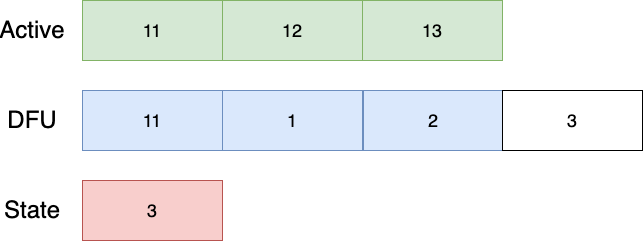
This is content/2022-04-29-firmware-updates-part-1/swap_final.png from drogue-iot/blog.drogue.io, a draw.io export, as it was before one commit. Source tidied: cells renumbered, new cells last; positions are measured from the earlier drawing's top-left corner, leaving out a move shared by most shapes. Its diagram source:
```xml
<mxGraphModel>
  <root>
    <mxCell id="0" />
    <mxCell id="1" parent="0" />
    <mxCell id="2" value="&lt;font style=&quot;font-size: 18px&quot;&gt;11&lt;/font&gt;" style="rounded=0;whiteSpace=wrap;html=1;fillColor=#d5e8d4;strokeColor=#82b366;" parent="1" vertex="1">
      <mxGeometry x="70" width="140" height="60" as="geometry" />
    </mxCell>
    <mxCell id="3" value="&lt;font style=&quot;font-size: 18px&quot;&gt;12&lt;/font&gt;" style="rounded=0;whiteSpace=wrap;html=1;fillColor=#d5e8d4;strokeColor=#82b366;" parent="1" vertex="1">
      <mxGeometry x="210" width="140" height="60" as="geometry" />
    </mxCell>
    <mxCell id="4" value="&lt;font style=&quot;font-size: 18px&quot;&gt;13&lt;/font&gt;" style="rounded=0;whiteSpace=wrap;html=1;fillColor=#d5e8d4;strokeColor=#82b366;" parent="1" vertex="1">
      <mxGeometry x="350" width="140" height="60" as="geometry" />
    </mxCell>
    <mxCell id="5" value="&lt;font style=&quot;font-size: 18px&quot;&gt;3&lt;/font&gt;" style="rounded=0;whiteSpace=wrap;html=1;fillColor=#f8cecc;strokeColor=#b85450;" parent="1" vertex="1">
      <mxGeometry x="70" y="180" width="140" height="60" as="geometry" />
    </mxCell>
    <mxCell id="6" value="&lt;font style=&quot;font-size: 18px&quot;&gt;11&lt;/font&gt;" style="rounded=0;whiteSpace=wrap;html=1;fillColor=#dae8fc;strokeColor=#6c8ebf;" parent="1" vertex="1">
      <mxGeometry x="70" y="90" width="140" height="60" as="geometry" />
    </mxCell>
    <mxCell id="7" value="&lt;font style=&quot;font-size: 18px&quot;&gt;1&lt;/font&gt;" style="rounded=0;whiteSpace=wrap;html=1;fillColor=#dae8fc;strokeColor=#6c8ebf;" parent="1" vertex="1">
      <mxGeometry x="210" y="90" width="140" height="60" as="geometry" />
    </mxCell>
    <mxCell id="8" value="&lt;font style=&quot;font-size: 18px&quot;&gt;2&lt;/font&gt;" style="rounded=0;whiteSpace=wrap;html=1;fillColor=#dae8fc;strokeColor=#6c8ebf;" parent="1" vertex="1">
      <mxGeometry x="351" y="90" width="140" height="60" as="geometry" />
    </mxCell>
    <mxCell id="9" value="&lt;font style=&quot;font-size: 18px&quot;&gt;3&lt;/font&gt;" style="rounded=0;whiteSpace=wrap;html=1;" parent="1" vertex="1">
      <mxGeometry x="490" y="90" width="140" height="60" as="geometry" />
    </mxCell>
    <mxCell id="10" value="&lt;font style=&quot;font-size: 24px&quot;&gt;Active&lt;/font&gt;" style="text;html=1;strokeColor=none;fillColor=none;align=center;verticalAlign=middle;whiteSpace=wrap;rounded=0;" parent="1" vertex="1">
      <mxGeometry y="20" width="40" height="20" as="geometry" />
    </mxCell>
    <mxCell id="11" value="&lt;font style=&quot;font-size: 24px&quot;&gt;DFU&lt;/font&gt;" style="text;html=1;strokeColor=none;fillColor=none;align=center;verticalAlign=middle;whiteSpace=wrap;rounded=0;" parent="1" vertex="1">
      <mxGeometry y="110" width="40" height="20" as="geometry" />
    </mxCell>
    <mxCell id="12" value="&lt;font style=&quot;font-size: 24px&quot;&gt;State&lt;/font&gt;" style="text;html=1;strokeColor=none;fillColor=none;align=center;verticalAlign=middle;whiteSpace=wrap;rounded=0;" parent="1" vertex="1">
      <mxGeometry y="200" width="40" height="20" as="geometry" />
    </mxCell>
  </root>
</mxGraphModel>
```
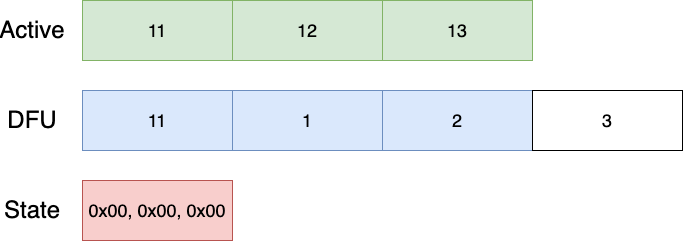
Later version of the same file.

Change to the diagram source:
```diff
@@ -3,28 +3,28 @@
     <mxCell id="0" />
     <mxCell id="1" parent="0" />
     <mxCell id="2" value="&lt;font style=&quot;font-size: 18px&quot;&gt;11&lt;/font&gt;" style="rounded=0;whiteSpace=wrap;html=1;fillColor=#d5e8d4;strokeColor=#82b366;" parent="1" vertex="1">
-      <mxGeometry x="70" width="140" height="60" as="geometry" />
+      <mxGeometry x="70" width="150" height="60" as="geometry" />
     </mxCell>
     <mxCell id="3" value="&lt;font style=&quot;font-size: 18px&quot;&gt;12&lt;/font&gt;" style="rounded=0;whiteSpace=wrap;html=1;fillColor=#d5e8d4;strokeColor=#82b366;" parent="1" vertex="1">
-      <mxGeometry x="210" width="140" height="60" as="geometry" />
+      <mxGeometry x="220" width="150" height="60" as="geometry" />
     </mxCell>
     <mxCell id="4" value="&lt;font style=&quot;font-size: 18px&quot;&gt;13&lt;/font&gt;" style="rounded=0;whiteSpace=wrap;html=1;fillColor=#d5e8d4;strokeColor=#82b366;" parent="1" vertex="1">
-      <mxGeometry x="350" width="140" height="60" as="geometry" />
+      <mxGeometry x="370" width="150" height="60" as="geometry" />
     </mxCell>
-    <mxCell id="5" value="&lt;font style=&quot;font-size: 18px&quot;&gt;3&lt;/font&gt;" style="rounded=0;whiteSpace=wrap;html=1;fillColor=#f8cecc;strokeColor=#b85450;" parent="1" vertex="1">
-      <mxGeometry x="70" y="180" width="140" height="60" as="geometry" />
+    <mxCell id="5" value="&lt;font style=&quot;font-size: 18px&quot;&gt;0x00, 0x00, 0x00&lt;/font&gt;" style="rounded=0;whiteSpace=wrap;html=1;fillColor=#f8cecc;strokeColor=#b85450;" parent="1" vertex="1">
+      <mxGeometry x="70" y="180" width="150" height="60" as="geometry" />
     </mxCell>
     <mxCell id="6" value="&lt;font style=&quot;font-size: 18px&quot;&gt;11&lt;/font&gt;" style="rounded=0;whiteSpace=wrap;html=1;fillColor=#dae8fc;strokeColor=#6c8ebf;" parent="1" vertex="1">
-      <mxGeometry x="70" y="90" width="140" height="60" as="geometry" />
+      <mxGeometry x="70" y="90" width="150" height="60" as="geometry" />
     </mxCell>
     <mxCell id="7" value="&lt;font style=&quot;font-size: 18px&quot;&gt;1&lt;/font&gt;" style="rounded=0;whiteSpace=wrap;html=1;fillColor=#dae8fc;strokeColor=#6c8ebf;" parent="1" vertex="1">
-      <mxGeometry x="210" y="90" width="140" height="60" as="geometry" />
+      <mxGeometry x="220" y="90" width="150" height="60" as="geometry" />
     </mxCell>
     <mxCell id="8" value="&lt;font style=&quot;font-size: 18px&quot;&gt;2&lt;/font&gt;" style="rounded=0;whiteSpace=wrap;html=1;fillColor=#dae8fc;strokeColor=#6c8ebf;" parent="1" vertex="1">
-      <mxGeometry x="351" y="90" width="140" height="60" as="geometry" />
+      <mxGeometry x="370" y="90" width="150" height="60" as="geometry" />
     </mxCell>
     <mxCell id="9" value="&lt;font style=&quot;font-size: 18px&quot;&gt;3&lt;/font&gt;" style="rounded=0;whiteSpace=wrap;html=1;" parent="1" vertex="1">
-      <mxGeometry x="490" y="90" width="140" height="60" as="geometry" />
+      <mxGeometry x="520" y="90" width="150" height="60" as="geometry" />
     </mxCell>
     <mxCell id="10" value="&lt;font style=&quot;font-size: 24px&quot;&gt;Active&lt;/font&gt;" style="text;html=1;strokeColor=none;fillColor=none;align=center;verticalAlign=middle;whiteSpace=wrap;rounded=0;" parent="1" vertex="1">
       <mxGeometry y="20" width="40" height="20" as="geometry" />
```
